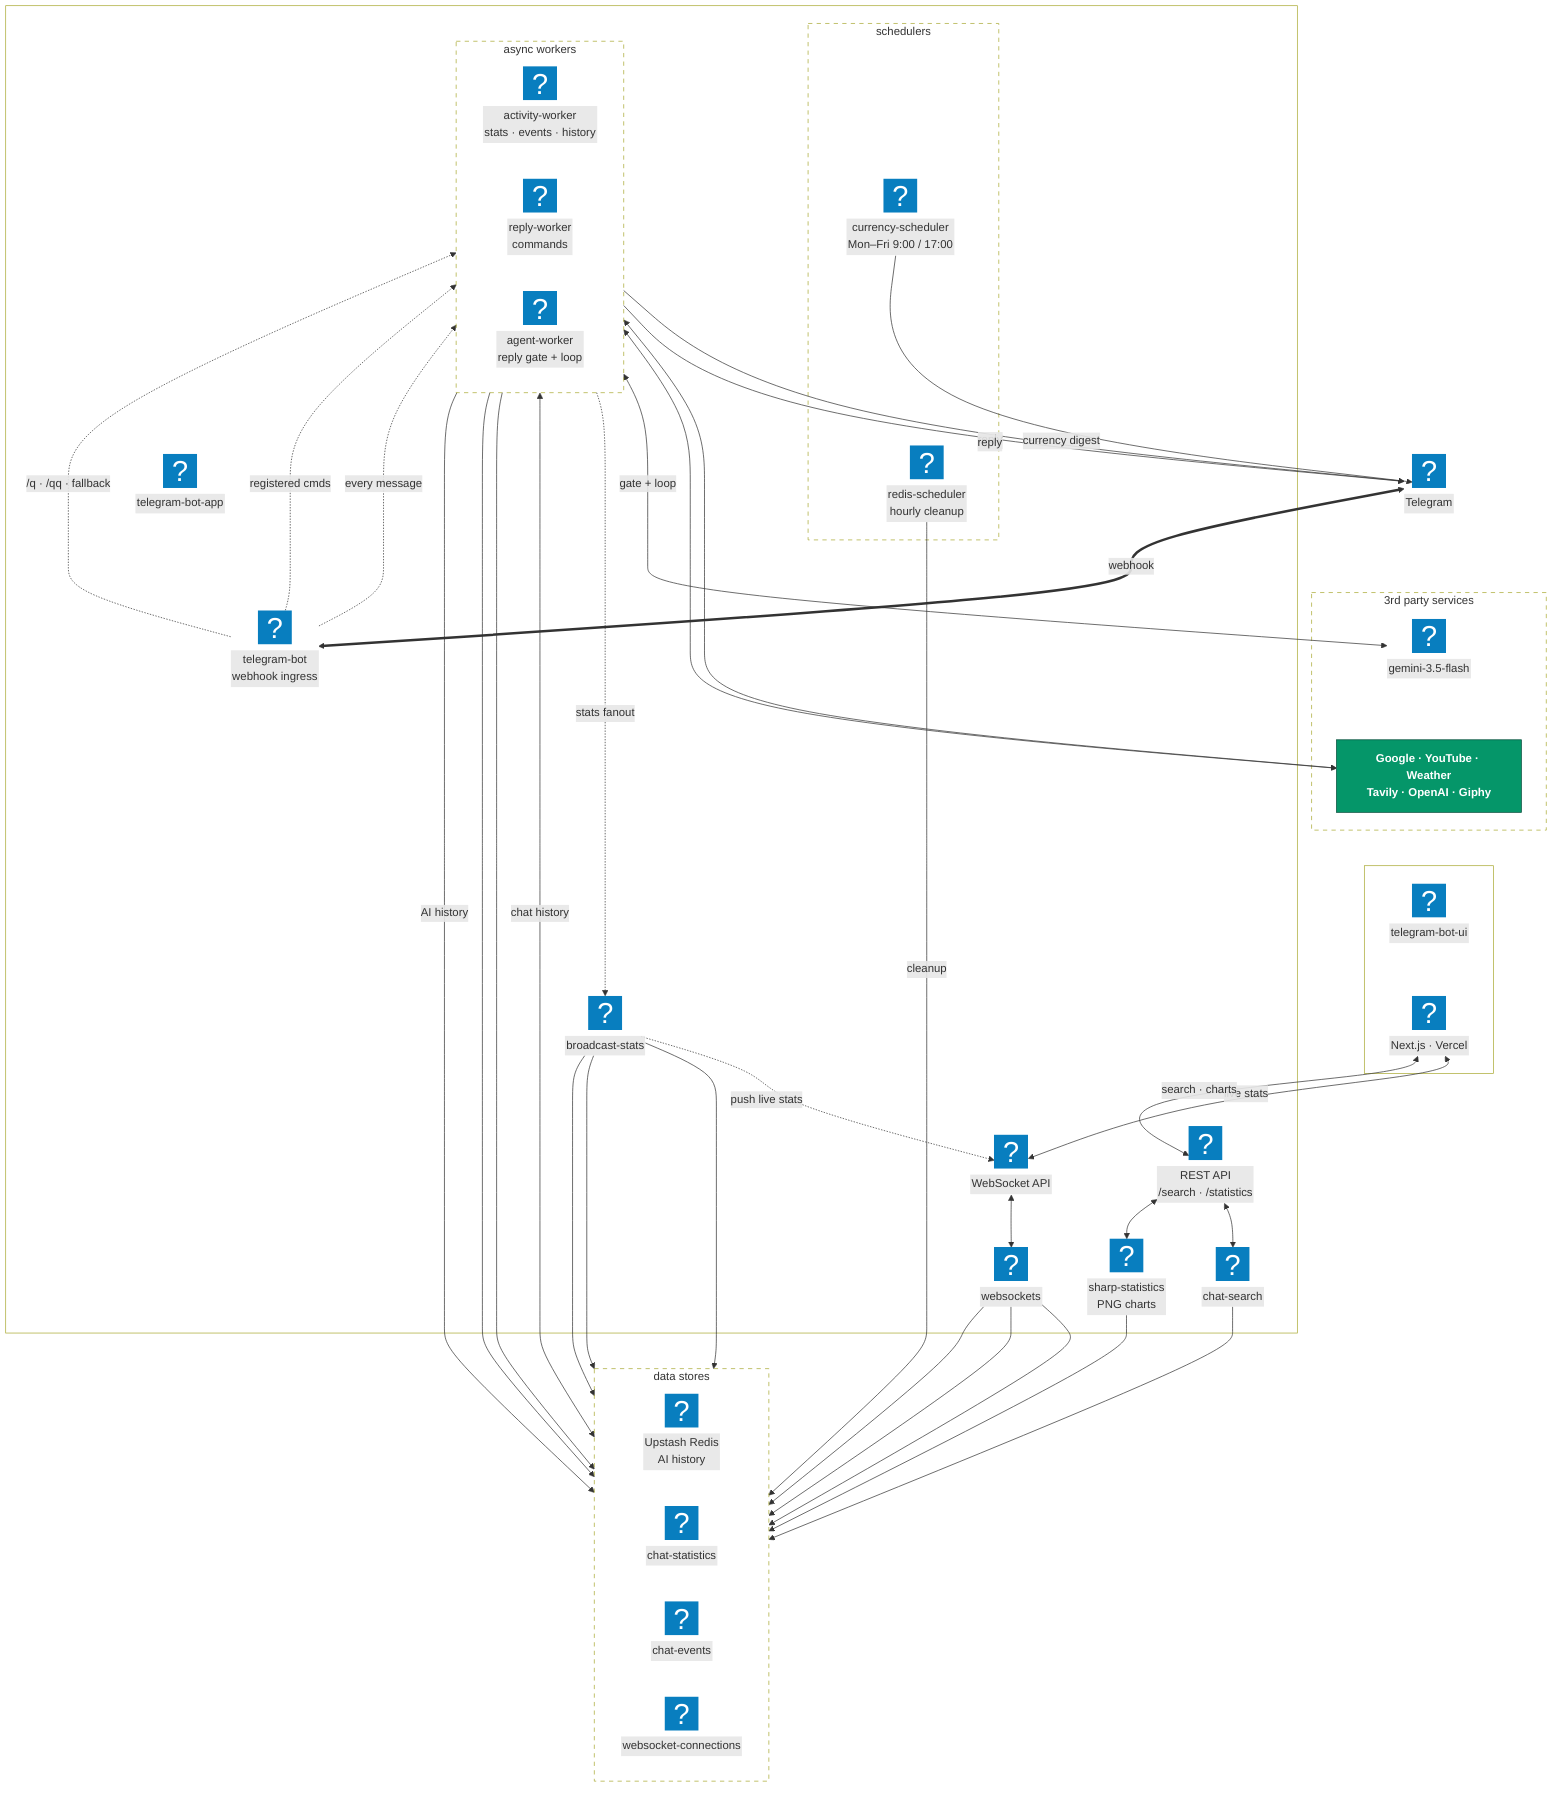
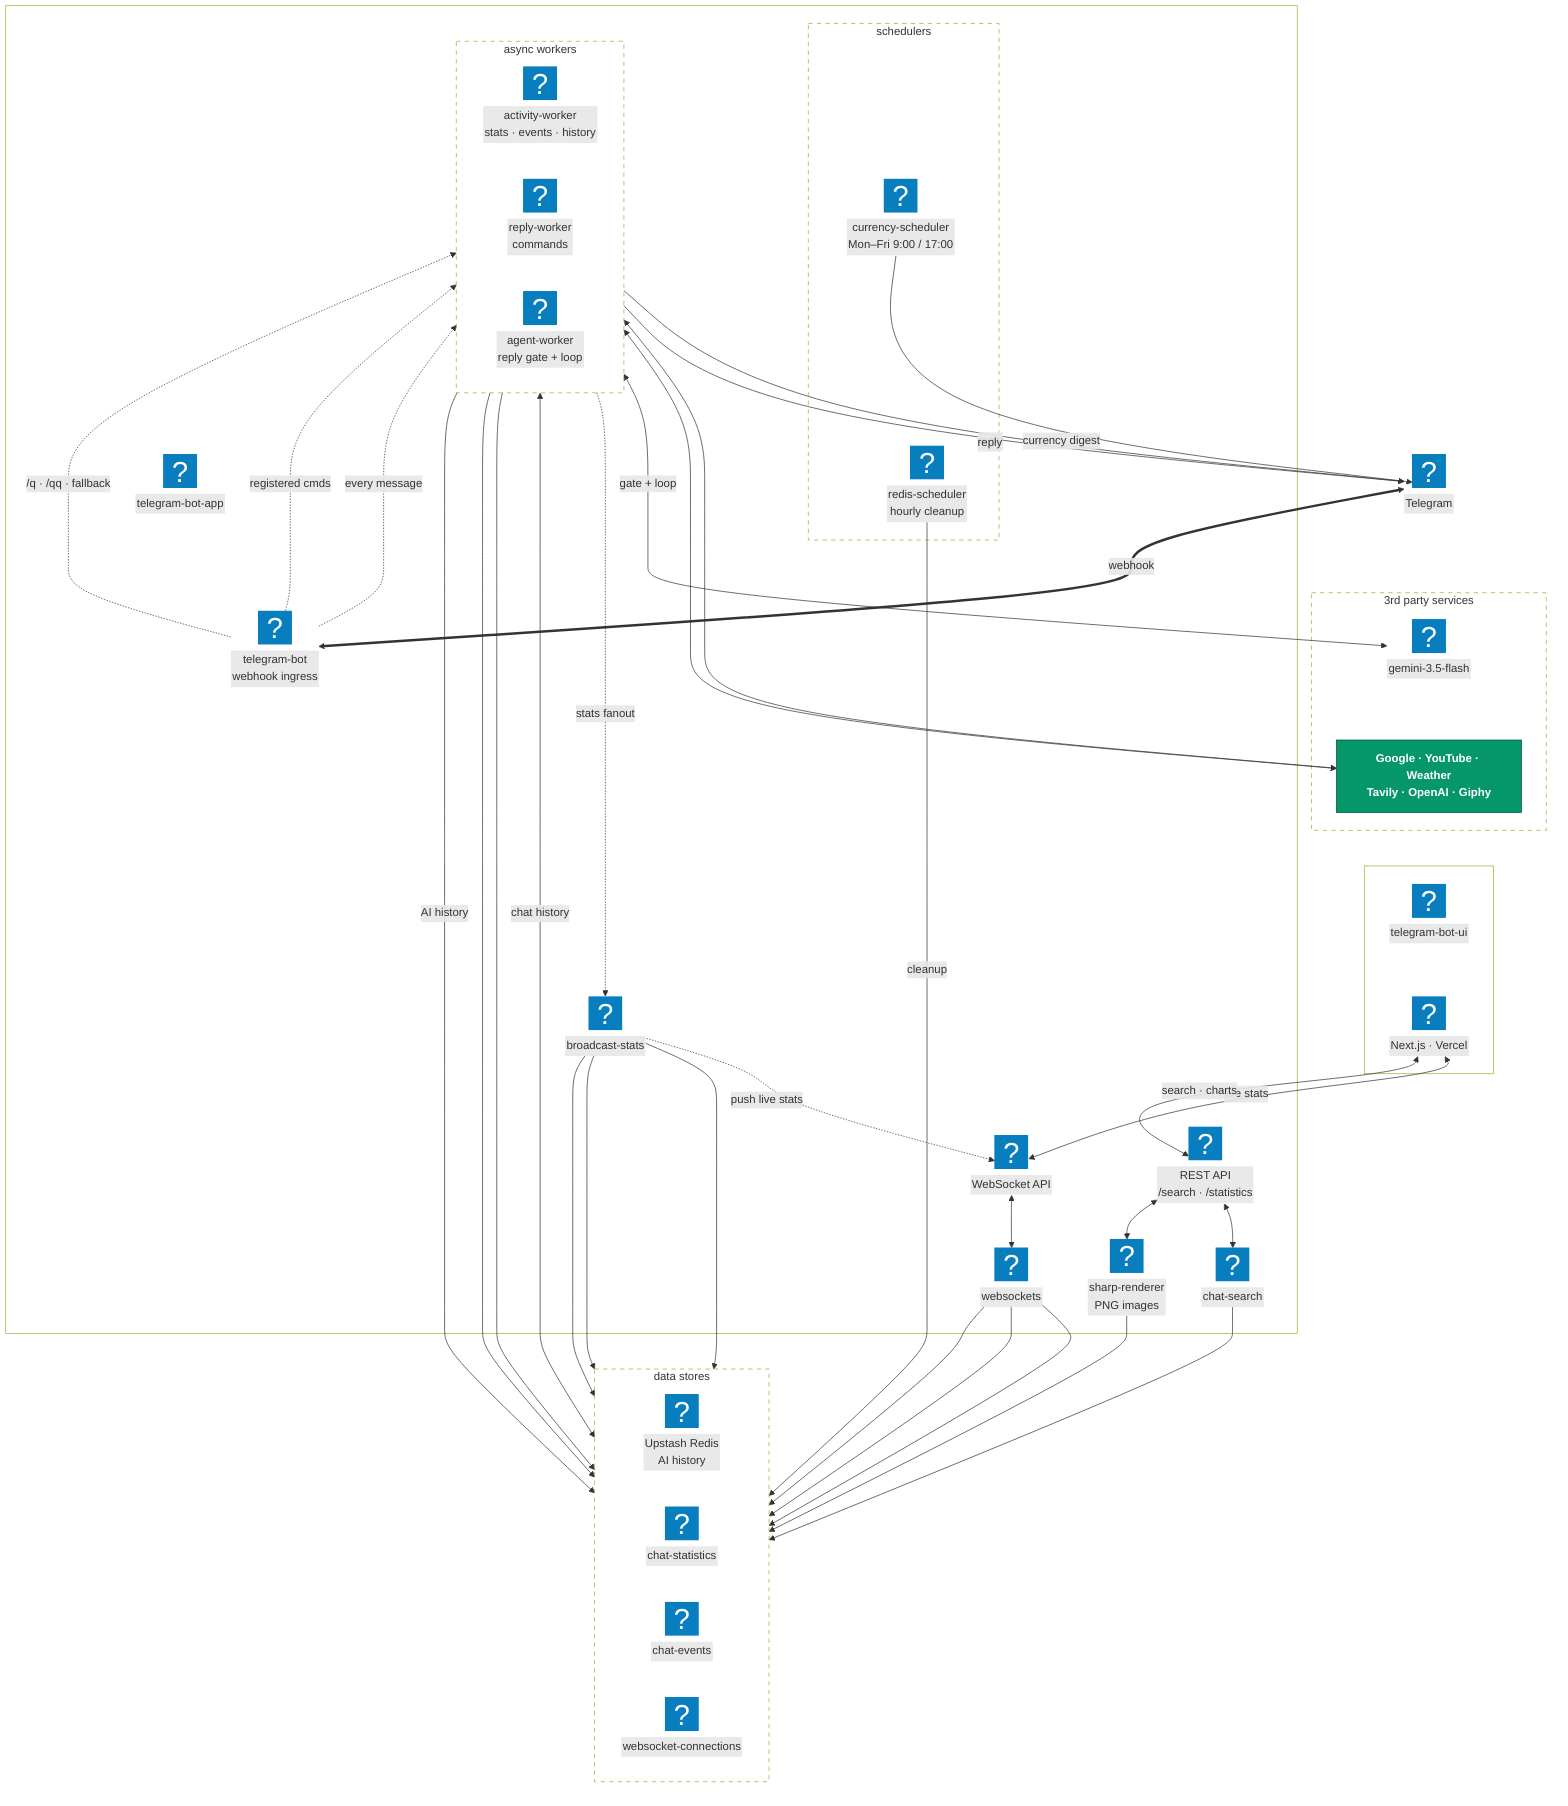
flowchart TB
  subgraph APP[" "]
    GHAPP@{ icon: "mdi:github", label: "telegram-bot-app", h: 36 }

    subgraph SCHED["schedulers"]
      CRON1@{ icon: "logos:aws-eventbridge", label: "currency-scheduler<br/>Mon–Fri 9:00 / 17:00", h: 38 }
      CRON2@{ icon: "logos:aws-eventbridge", label: "redis-scheduler<br/>hourly cleanup", h: 38 }
    end

    BOT@{ icon: "logos:aws-lambda", label: "telegram-bot<br/>webhook ingress", h: 42 }

    subgraph WORKERS["async workers"]
      direction LR
      ACT@{ icon: "logos:aws-lambda", label: "activity-worker<br/>stats · events · history", h: 42 }
      REPLY@{ icon: "logos:aws-lambda", label: "reply-worker<br/>commands", h: 42 }
      AGENT@{ icon: "logos:aws-lambda", label: "agent-worker<br/>reply gate + loop", h: 42 }
    end

    BCAST@{ icon: "logos:aws-lambda", label: "broadcast-stats", h: 42 }
    WSL@{ icon: "logos:aws-lambda", label: "websockets", h: 42 }
    SEARCH@{ icon: "logos:aws-lambda", label: "chat-search", h: 42 }
-     IMG@{ icon: "logos:aws-lambda", label: "sharp-statistics<br/>PNG charts", h: 42 }
+     IMG@{ icon: "logos:aws-lambda", label: "sharp-renderer<br/>PNG images", h: 42 }

    WSS@{ icon: "logos:aws-api-gateway", label: "WebSocket API", h: 40 }
    HTTP@{ icon: "logos:aws-api-gateway", label: "REST API<br/>/search · /statistics", h: 40 }
  end

  TG@{ icon: "logos:telegram", label: "Telegram", h: 46 }

  subgraph UIBOX[" "]
    GHUI@{ icon: "mdi:github", label: "telegram-bot-ui", h: 36 }
    NEXT@{ icon: "simple-icons:nextdotjs", label: "Next.js · Vercel", h: 40 }
  end

  subgraph THIRD["3rd party services"]
    GEM@{ icon: "logos:google-gemini", label: "gemini-3.5-flash", h: 38 }
    APIS["Google · YouTube · Weather<br/>Tavily · OpenAI · Giphy"]:::ext
  end

  subgraph DATA["data stores"]
    direction LR
    REDIS@{ icon: "logos:redis", label: "Upstash Redis<br/>AI history", h: 40 }
    STATS@{ icon: "logos:aws-dynamodb", label: "chat-statistics", h: 40 }
    EVENTS@{ icon: "logos:aws-dynamodb", label: "chat-events", h: 40 }
    CONNS@{ icon: "logos:aws-dynamodb", label: "websocket-connections", h: 40 }
  end

  GHAPP ~~~ BOT
  CRON1 ~~~ CRON2
  TG ~~~ GEM
  GEM ~~~ APIS
  APIS ~~~ GHUI
  GHUI ~~~ NEXT

  CRON1 -->|"currency digest"| TG
  CRON2 -->|"cleanup"| REDIS
  TG <==>|"webhook"| BOT

  BOT -.->|"every message"| ACT
  BOT -.->|"registered cmds"| REPLY
  BOT -.->|"/q · /qq · fallback"| AGENT

  REPLY -->|"reply"| TG
  AGENT -->|"reply"| TG
  REPLY <--> APIS
  AGENT <--> APIS
  AGENT <-->|"gate + loop"| GEM
  AGENT <-->|"chat history"| REDIS

  ACT --> STATS & EVENTS
  ACT -->|"AI history"| REDIS
  ACT -.->|"stats fanout"| BCAST

  BCAST --> STATS & EVENTS & CONNS
  WSL --> STATS & EVENTS & CONNS
  SEARCH --> STATS
  IMG --> EVENTS

  BCAST -.->|"push live stats"| WSS
  WSS <--> WSL
  HTTP <--> SEARCH
  HTTP <--> IMG

  NEXT <-->|"live stats"| WSS
  NEXT <-->|"search · charts"| HTTP

  classDef ext fill:#059669,stroke:#064e3b,color:#ffffff,font-weight:bold
  style SCHED fill:transparent,stroke-dasharray:6 6
  style WORKERS fill:transparent,stroke-dasharray:6 6
  style THIRD fill:transparent,stroke-dasharray:6 6
  style DATA fill:transparent,stroke-dasharray:6 6
  style APP fill:transparent
  style UIBOX fill:transparent
